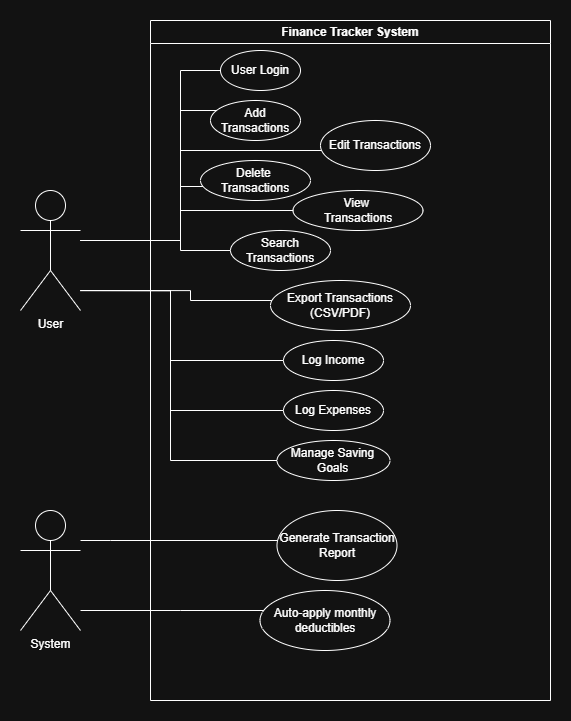
This is diagrams/use-case-diagram.png from milkuiii/CSIT228-Capstone, a draw.io export, as it was before one commit. Source tidied: cells renumbered, new cells last; positions are measured from the earlier drawing's top-left corner, leaving out a move shared by most shapes. Its diagram source:
```xml
<mxGraphModel>
  <root>
    <mxCell id="0" />
    <mxCell id="1" parent="0" />
    <mxCell id="2" value="Finance Tracker System" style="swimlane;whiteSpace=wrap;html=1;" parent="1" vertex="1">
      <mxGeometry x="130" width="400" height="680" as="geometry" />
    </mxCell>
    <mxCell id="3" value="User Login" style="ellipse;whiteSpace=wrap;html=1;" parent="2" vertex="1">
      <mxGeometry x="70" y="30" width="80" height="40" as="geometry" />
    </mxCell>
    <mxCell id="4" value="Add Transactions" style="ellipse;whiteSpace=wrap;html=1;" parent="2" vertex="1">
      <mxGeometry x="60" y="80" width="90" height="40" as="geometry" />
    </mxCell>
    <mxCell id="5" value="Edit Transactions" style="ellipse;whiteSpace=wrap;html=1;" parent="2" vertex="1">
      <mxGeometry x="170" y="100" width="110" height="50" as="geometry" />
    </mxCell>
    <mxCell id="6" value="Delete&amp;nbsp;&lt;div&gt;Transactions&lt;/div&gt;" style="ellipse;whiteSpace=wrap;html=1;" parent="2" vertex="1">
      <mxGeometry x="50" y="140" width="110" height="40" as="geometry" />
    </mxCell>
    <mxCell id="7" value="View&amp;nbsp;&lt;div&gt;Transactions&lt;/div&gt;" style="ellipse;whiteSpace=wrap;html=1;" parent="2" vertex="1">
      <mxGeometry x="142.5" y="170" width="130" height="40" as="geometry" />
    </mxCell>
    <mxCell id="8" value="Generate Transaction Report" style="ellipse;whiteSpace=wrap;html=1;" parent="2" vertex="1">
      <mxGeometry x="126.5" y="490" width="120" height="70" as="geometry" />
    </mxCell>
    <mxCell id="9" value="Auto-apply monthly deductibles" style="ellipse;whiteSpace=wrap;html=1;" parent="2" vertex="1">
      <mxGeometry x="109.5" y="570" width="130" height="60" as="geometry" />
    </mxCell>
    <mxCell id="10" value="Manage Saving Goals" style="ellipse;whiteSpace=wrap;html=1;" parent="2" vertex="1">
      <mxGeometry x="126.5" y="420" width="113" height="40" as="geometry" />
    </mxCell>
    <mxCell id="11" value="Log Expenses" style="ellipse;whiteSpace=wrap;html=1;" parent="2" vertex="1">
      <mxGeometry x="133" y="370" width="100" height="40" as="geometry" />
    </mxCell>
    <mxCell id="12" value="Log Income" style="ellipse;whiteSpace=wrap;html=1;" parent="2" vertex="1">
      <mxGeometry x="133" y="320" width="100" height="40" as="geometry" />
    </mxCell>
    <mxCell id="13" value="Export Transactions&lt;div&gt;(CSV/PDF&lt;span style=&quot;background-color: transparent; color: light-dark(rgb(0, 0, 0), rgb(255, 255, 255));&quot;&gt;)&lt;/span&gt;&lt;/div&gt;" style="ellipse;whiteSpace=wrap;html=1;" parent="2" vertex="1">
      <mxGeometry x="120" y="260" width="140" height="50" as="geometry" />
    </mxCell>
    <mxCell id="14" value="Search Transactions" style="ellipse;whiteSpace=wrap;html=1;" parent="2" vertex="1">
      <mxGeometry x="80" y="210" width="100" height="40" as="geometry" />
    </mxCell>
    <mxCell id="15" style="edgeStyle=orthogonalEdgeStyle;rounded=0;jettySize=auto;html=1;endArrow=none;endFill=0;" parent="2" edge="1" target="13">
      <mxGeometry relative="1" as="geometry">
        <mxPoint x="-70" y="270.1" as="sourcePoint" />
        <Array as="points">
          <mxPoint x="40" y="270" />
          <mxPoint x="40" y="280" />
        </Array>
      </mxGeometry>
    </mxCell>
    <mxCell id="16" style="edgeStyle=orthogonalEdgeStyle;rounded=0;jettySize=auto;html=1;endArrow=none;endFill=0;" parent="2" edge="1" target="12">
      <mxGeometry relative="1" as="geometry">
        <mxPoint x="-70" y="270.1" as="sourcePoint" />
        <Array as="points">
          <mxPoint x="20" y="270" />
          <mxPoint x="20" y="340" />
        </Array>
      </mxGeometry>
    </mxCell>
    <mxCell id="17" style="edgeStyle=orthogonalEdgeStyle;rounded=0;jettySize=auto;html=1;endArrow=none;endFill=0;" parent="2" edge="1" target="11">
      <mxGeometry relative="1" as="geometry">
        <mxPoint x="-70" y="270.1" as="sourcePoint" />
        <Array as="points">
          <mxPoint x="20" y="270" />
          <mxPoint x="20" y="390" />
        </Array>
      </mxGeometry>
    </mxCell>
    <mxCell id="18" style="edgeStyle=orthogonalEdgeStyle;rounded=0;jettySize=auto;html=1;endArrow=none;endFill=0;" parent="2" edge="1" target="10">
      <mxGeometry relative="1" as="geometry">
        <mxPoint x="-70" y="270.1" as="sourcePoint" />
        <Array as="points">
          <mxPoint x="20" y="270" />
          <mxPoint x="20" y="440" />
        </Array>
      </mxGeometry>
    </mxCell>
    <mxCell id="19" style="edgeStyle=orthogonalEdgeStyle;rounded=0;jettySize=auto;html=1;endArrow=none;endFill=0;" parent="2" edge="1" target="6">
      <mxGeometry relative="1" as="geometry">
        <mxPoint y="250" as="sourcePoint" />
        <Array as="points">
          <mxPoint y="220" />
          <mxPoint x="30" y="220" />
          <mxPoint x="30" y="166" />
        </Array>
      </mxGeometry>
    </mxCell>
    <mxCell id="20" style="edgeStyle=orthogonalEdgeStyle;rounded=0;jettySize=auto;html=1;endArrow=none;endFill=0;" parent="1" edge="1" source="21" target="3">
      <mxGeometry relative="1" as="geometry">
        <Array as="points">
          <mxPoint x="160" y="220" />
          <mxPoint x="160" y="50" />
        </Array>
      </mxGeometry>
    </mxCell>
    <mxCell id="21" value="User" style="shape=umlActor;verticalLabelPosition=bottom;verticalAlign=top;html=1;" parent="1" vertex="1">
      <mxGeometry y="170" width="60" height="120" as="geometry" />
    </mxCell>
    <mxCell id="22" style="edgeStyle=orthogonalEdgeStyle;rounded=0;jettySize=auto;html=1;endArrow=none;endFill=0;" parent="1" edge="1" source="21" target="4">
      <mxGeometry relative="1" as="geometry">
        <Array as="points">
          <mxPoint x="160" y="220" />
          <mxPoint x="160" y="90" />
        </Array>
      </mxGeometry>
    </mxCell>
    <mxCell id="23" value="System" style="shape=umlActor;verticalLabelPosition=bottom;verticalAlign=top;html=1;" parent="1" vertex="1">
      <mxGeometry y="490" width="60" height="120" as="geometry" />
    </mxCell>
    <mxCell id="24" style="edgeStyle=orthogonalEdgeStyle;rounded=0;jettySize=auto;html=1;endArrow=none;endFill=0;" parent="1" edge="1" source="23" target="9">
      <mxGeometry relative="1" as="geometry">
        <Array as="points">
          <mxPoint x="160" y="590" />
          <mxPoint x="160" y="590" />
        </Array>
      </mxGeometry>
    </mxCell>
    <mxCell id="25" style="edgeStyle=orthogonalEdgeStyle;rounded=0;jettySize=auto;html=1;endArrow=none;endFill=0;" parent="1" edge="1" source="23" target="8">
      <mxGeometry relative="1" as="geometry">
        <Array as="points">
          <mxPoint x="90" y="520" />
          <mxPoint x="90" y="520" />
        </Array>
      </mxGeometry>
    </mxCell>
    <mxCell id="26" style="edgeStyle=orthogonalEdgeStyle;rounded=0;jettySize=auto;html=1;endArrow=none;endFill=0;" parent="1" edge="1" source="21" target="5">
      <mxGeometry relative="1" as="geometry">
        <Array as="points">
          <mxPoint x="160" y="220" />
          <mxPoint x="160" y="130" />
        </Array>
      </mxGeometry>
    </mxCell>
    <mxCell id="27" style="edgeStyle=orthogonalEdgeStyle;rounded=0;jettySize=auto;html=1;endArrow=none;endFill=0;" parent="1" edge="1" source="21" target="7">
      <mxGeometry relative="1" as="geometry">
        <Array as="points">
          <mxPoint x="160" y="220" />
          <mxPoint x="160" y="190" />
        </Array>
      </mxGeometry>
    </mxCell>
    <mxCell id="28" style="edgeStyle=orthogonalEdgeStyle;rounded=0;jettySize=auto;html=1;endArrow=none;endFill=0;" parent="1" edge="1" source="21" target="14">
      <mxGeometry relative="1" as="geometry">
        <Array as="points">
          <mxPoint x="160" y="220" />
          <mxPoint x="160" y="230" />
        </Array>
      </mxGeometry>
    </mxCell>
  </root>
</mxGraphModel>
```
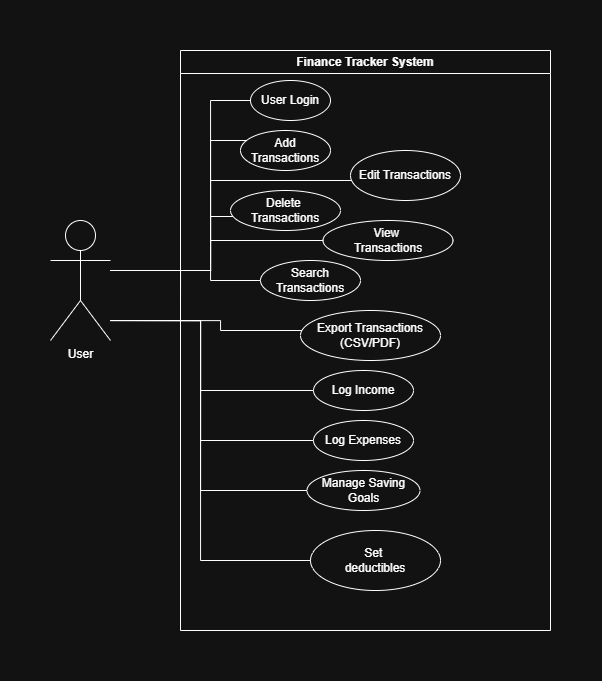
After the change.

Commit message:
update: use-case diagram

What changed in the source:
```diff
@@ -3,7 +3,7 @@
     <mxCell id="0" />
     <mxCell id="1" parent="0" />
     <mxCell id="2" value="Finance Tracker System" style="swimlane;whiteSpace=wrap;html=1;" parent="1" vertex="1">
-      <mxGeometry x="130" width="400" height="680" as="geometry" />
+      <mxGeometry x="130" width="370" height="580" as="geometry" />
     </mxCell>
     <mxCell id="3" value="User Login" style="ellipse;whiteSpace=wrap;html=1;" parent="2" vertex="1">
       <mxGeometry x="70" y="30" width="80" height="40" as="geometry" />
@@ -20,11 +20,8 @@
     <mxCell id="7" value="View&amp;nbsp;&lt;div&gt;Transactions&lt;/div&gt;" style="ellipse;whiteSpace=wrap;html=1;" parent="2" vertex="1">
       <mxGeometry x="142.5" y="170" width="130" height="40" as="geometry" />
     </mxCell>
-    <mxCell id="8" value="Generate Transaction Report" style="ellipse;whiteSpace=wrap;html=1;" parent="2" vertex="1">
-      <mxGeometry x="126.5" y="490" width="120" height="70" as="geometry" />
-    </mxCell>
-    <mxCell id="9" value="Auto-apply monthly deductibles" style="ellipse;whiteSpace=wrap;html=1;" parent="2" vertex="1">
-      <mxGeometry x="109.5" y="570" width="130" height="60" as="geometry" />
+    <mxCell id="9" value="Set&amp;nbsp;&lt;div&gt;deductibles&lt;/div&gt;" style="ellipse;whiteSpace=wrap;html=1;" parent="2" vertex="1">
+      <mxGeometry x="130" y="480" width="130" height="60" as="geometry" />
     </mxCell>
     <mxCell id="10" value="Manage Saving Goals" style="ellipse;whiteSpace=wrap;html=1;" parent="2" vertex="1">
       <mxGeometry x="126.5" y="420" width="113" height="40" as="geometry" />
@@ -106,25 +103,6 @@
         </Array>
       </mxGeometry>
     </mxCell>
-    <mxCell id="23" value="System" style="shape=umlActor;verticalLabelPosition=bottom;verticalAlign=top;html=1;" parent="1" vertex="1">
-      <mxGeometry y="490" width="60" height="120" as="geometry" />
-    </mxCell>
-    <mxCell id="24" style="edgeStyle=orthogonalEdgeStyle;rounded=0;jettySize=auto;html=1;endArrow=none;endFill=0;" parent="1" edge="1" source="23" target="9">
-      <mxGeometry relative="1" as="geometry">
-        <Array as="points">
-          <mxPoint x="160" y="590" />
-          <mxPoint x="160" y="590" />
-        </Array>
-      </mxGeometry>
-    </mxCell>
-    <mxCell id="25" style="edgeStyle=orthogonalEdgeStyle;rounded=0;jettySize=auto;html=1;endArrow=none;endFill=0;" parent="1" edge="1" source="23" target="8">
-      <mxGeometry relative="1" as="geometry">
-        <Array as="points">
-          <mxPoint x="90" y="520" />
-          <mxPoint x="90" y="520" />
-        </Array>
-      </mxGeometry>
-    </mxCell>
     <mxCell id="26" style="edgeStyle=orthogonalEdgeStyle;rounded=0;jettySize=auto;html=1;endArrow=none;endFill=0;" parent="1" edge="1" source="21" target="5">
       <mxGeometry relative="1" as="geometry">
         <Array as="points">
@@ -149,5 +127,13 @@
         </Array>
       </mxGeometry>
     </mxCell>
+    <mxCell id="29" style="edgeStyle=orthogonalEdgeStyle;rounded=0;jettySize=auto;html=1;endArrow=none;endFill=0;" parent="1" edge="1" source="21" target="9">
+      <mxGeometry relative="1" as="geometry">
+        <Array as="points">
+          <mxPoint x="150" y="270" />
+          <mxPoint x="150" y="510" />
+        </Array>
+      </mxGeometry>
+    </mxCell>
   </root>
 </mxGraphModel>
```
